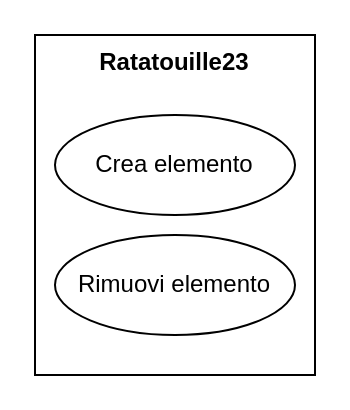
Earlier version of the draw.io diagram Documentazione/UseCaseDiagram Personalizza menù.drawio (vittorioruggiero/Progetto-IngSw). Source tidied: cells renumbered, new cells numbered last; positions are measured from the earlier drawing's top-left corner, leaving out a move shared by most shapes. Both pictures are drawn from the tidied source at 200%, with x=0, y=0 at pixel (34, 34).
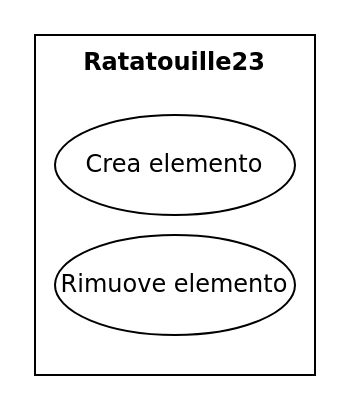
After the change.

The edit, as a diff of the source:
```diff
@@
 <mxGraphModel>
   <root>
     <mxCell id="0" />
     <mxCell id="1" parent="0" />
-    <mxCell id="2" style="rounded=0;whiteSpace=wrap;html=1;" parent="1" vertex="1">
+    <mxCell id="2" style="rounded=0;whiteSpace=wrap;html=1;fontFamily=Verdana;" parent="1" vertex="1">
       <mxGeometry width="140" height="170" as="geometry" />
     </mxCell>
-    <mxCell id="3" value="Crea elemento" style="ellipse;whiteSpace=wrap;html=1;" parent="1" vertex="1">
+    <mxCell id="3" value="Crea elemento" style="ellipse;whiteSpace=wrap;html=1;fontFamily=Verdana;" parent="1" vertex="1">
       <mxGeometry x="10" y="40" width="120" height="50" as="geometry" />
     </mxCell>
-    <mxCell id="4" value="Rimuovi elemento" style="ellipse;whiteSpace=wrap;html=1;" parent="1" vertex="1">
+    <mxCell id="4" value="Rimuove elemento" style="ellipse;whiteSpace=wrap;html=1;fontFamily=Verdana;" parent="1" vertex="1">
       <mxGeometry x="10" y="100" width="120" height="50" as="geometry" />
     </mxCell>
-    <mxCell id="5" value="Ratatouille23" style="text;align=center;fontStyle=1;verticalAlign=middle;spacingLeft=3;spacingRight=3;strokeColor=none;" parent="1" vertex="1">
+    <mxCell id="5" value="Ratatouille23" style="text;align=center;fontStyle=1;verticalAlign=middle;spacingLeft=3;spacingRight=3;strokeColor=none;fontFamily=Verdana;" parent="1" vertex="1">
       <mxGeometry x="30" width="80" height="26" as="geometry" />
     </mxCell>
   </root>
 </mxGraphModel>
```
